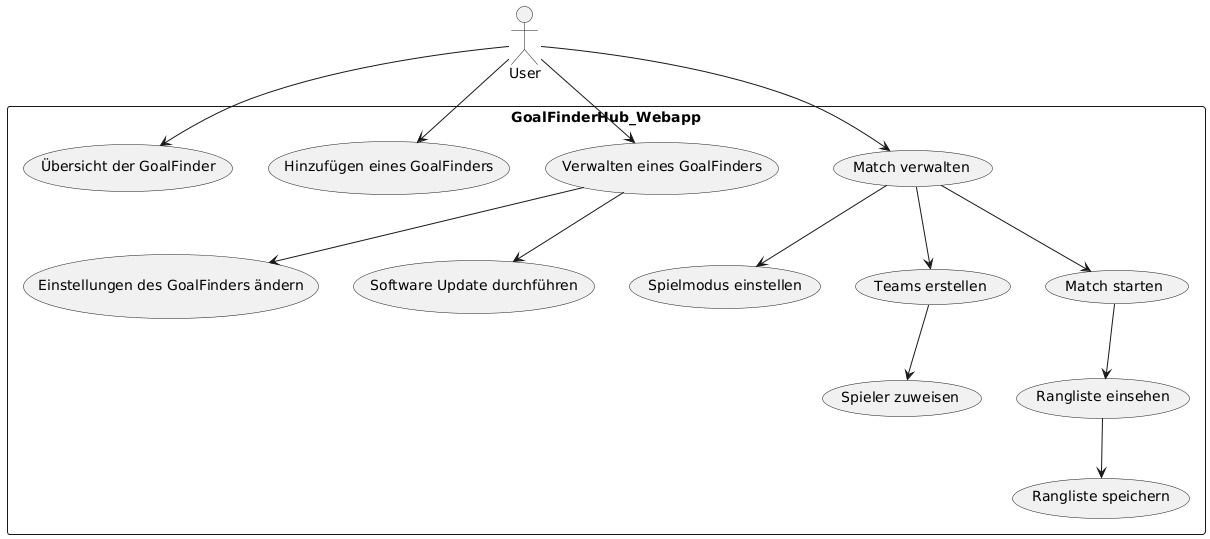
Earlier version of the PlantUML export img/UCD.png (2425-3BHIF-WMC-SYP/GoalFinderHub). The source it was exported from:
```plantuml
@startuml
rectangle GoalFinderHub_Webapp {
    (Übersicht der GoalFinder)
    (Hinzufügen eines GoalFinders)
    (Verwalten eines GoalFinders)
    (Einstellungen des GoalFinders ändern)
    (Software Update durchführen)
    (Match verwalten)
    (Spielmodus einstellen)
    (Teams erstellen)
    (Spieler zuweisen)
    (Match starten)
    (Rangliste einsehen)
    (Rangliste speichern)
}

:User: --> (Übersicht der GoalFinder)
:User: --> (Hinzufügen eines GoalFinders)
:User: --> (Verwalten eines GoalFinders)
:User: --> (Match verwalten)

(Verwalten eines GoalFinders) --> (Einstellungen des GoalFinders ändern)
(Verwalten eines GoalFinders) --> (Software Update durchführen)

(Match verwalten) --> (Spielmodus einstellen)
(Match verwalten) --> (Teams erstellen)
(Teams erstellen) --> (Spieler zuweisen)
(Match verwalten) --> (Match starten)
(Match starten) --> (Rangliste einsehen)
(Rangliste einsehen) --> (Rangliste speichern)
@enduml
```
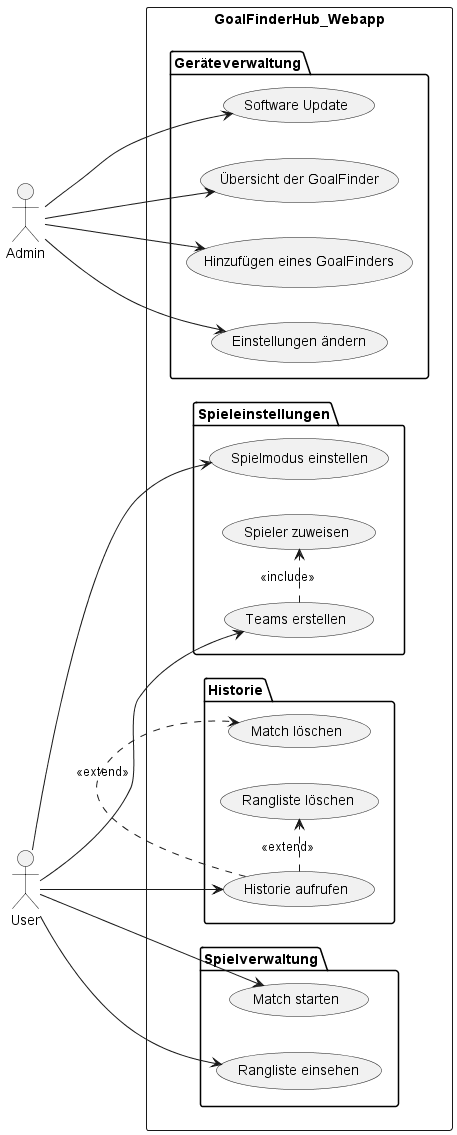
The same diagram one commit later.

The edit, as a diff of the source:
```diff
@@ -1,31 +1,42 @@
-@startuml
+@startuml UCD
+left to right direction
+
 rectangle GoalFinderHub_Webapp {
-    (Übersicht der GoalFinder)
-    (Hinzufügen eines GoalFinders)
-    (Verwalten eines GoalFinders)
-    (Einstellungen des GoalFinders ändern)
-    (Software Update durchführen)
-    (Match verwalten)
-    (Spielmodus einstellen)
-    (Teams erstellen)
-    (Spieler zuweisen)
-    (Match starten)
-    (Rangliste einsehen)
-    (Rangliste speichern)
+    package "Geräteverwaltung" {
+        (Übersicht der GoalFinder)
+        (Hinzufügen eines GoalFinders)
+        (Einstellungen ändern)
+        (Software Update)
+    }
+    package "Spieleinstellungen" {
+        (Spielmodus einstellen)
+        (Teams erstellen)
+        (Spieler zuweisen)
+    }
+    package "Spielverwaltung" {
+        (Match starten)
+        (Rangliste einsehen)
+    }
+    package "Historie" {
+        (Historie aufrufen)
+        (Match löschen)
+        (Rangliste löschen)
+    }
 }
 
-:User: --> (Übersicht der GoalFinder)
-:User: --> (Hinzufügen eines GoalFinders)
-:User: --> (Verwalten eines GoalFinders)
-:User: --> (Match verwalten)
+:Admin: --> (Übersicht der GoalFinder)
+:Admin: --> (Hinzufügen eines GoalFinders)
+:Admin: --> (Einstellungen ändern)
+:Admin: --> (Software Update)
 
-(Verwalten eines GoalFinders) --> (Einstellungen des GoalFinders ändern)
-(Verwalten eines GoalFinders) --> (Software Update durchführen)
+:User: --> (Spielmodus einstellen)
+:User: --> (Teams erstellen)
+:User: --> (Match starten)
+:User: --> (Rangliste einsehen)
+:User: --> (Historie aufrufen)
 
-(Match verwalten) --> (Spielmodus einstellen)
-(Match verwalten) --> (Teams erstellen)
-(Teams erstellen) --> (Spieler zuweisen)
-(Match verwalten) --> (Match starten)
-(Match starten) --> (Rangliste einsehen)
-(Rangliste einsehen) --> (Rangliste speichern)
+
+(Teams erstellen) .> (Spieler zuweisen) : <<include>>
+(Historie aufrufen) .> (Match löschen) : <<extend>>
+(Historie aufrufen) .> (Rangliste löschen) : <<extend>>
 @enduml
```
